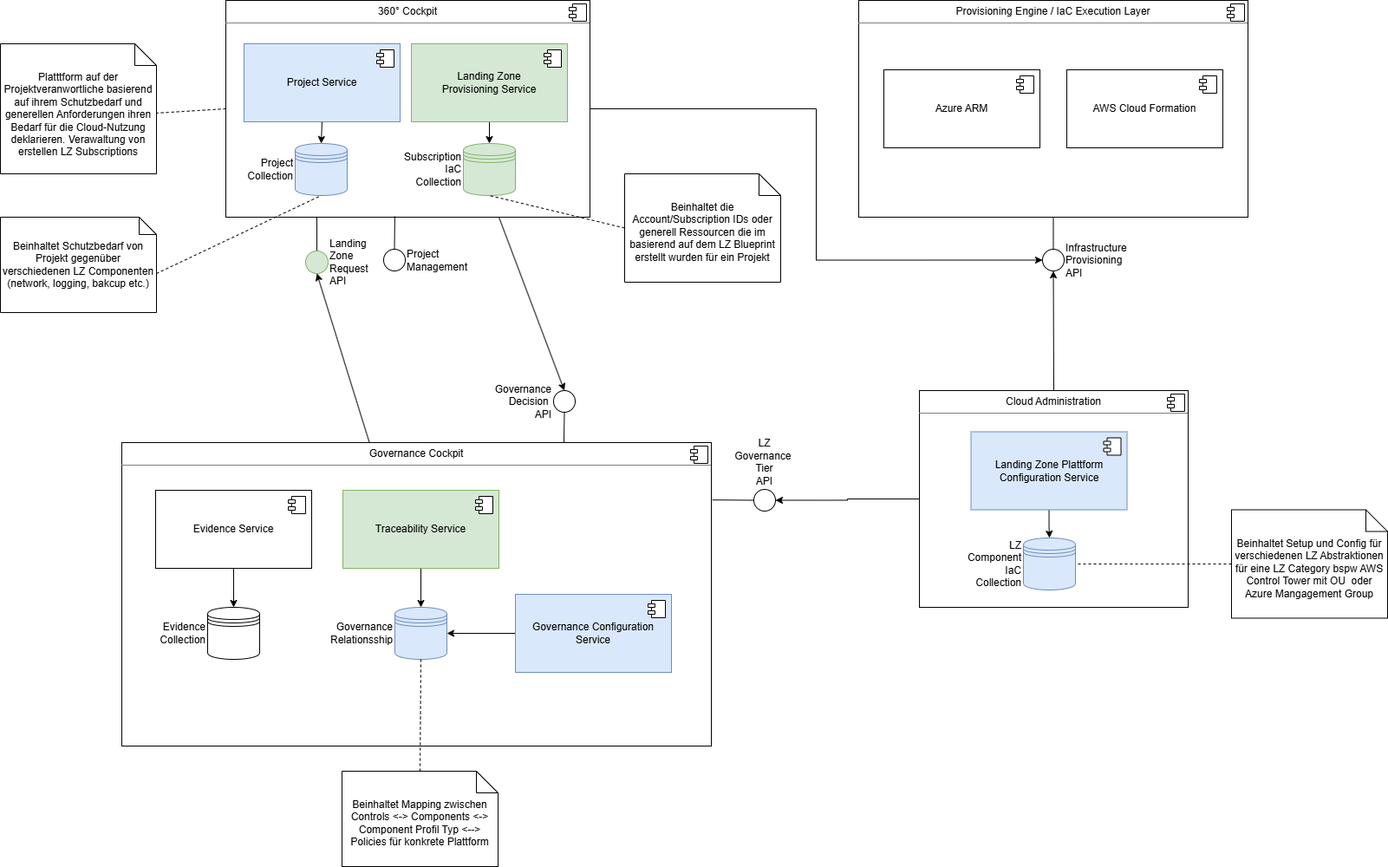
Before: graphics/ip6-ideation-PoC.drawio.png, a diagram exported from draw.io (frithjofhoppe/aitw-report). Source tidied: cells renumbered, new cells last; positions are measured from the earlier drawing's top-left corner, leaving out a move shared by most shapes.
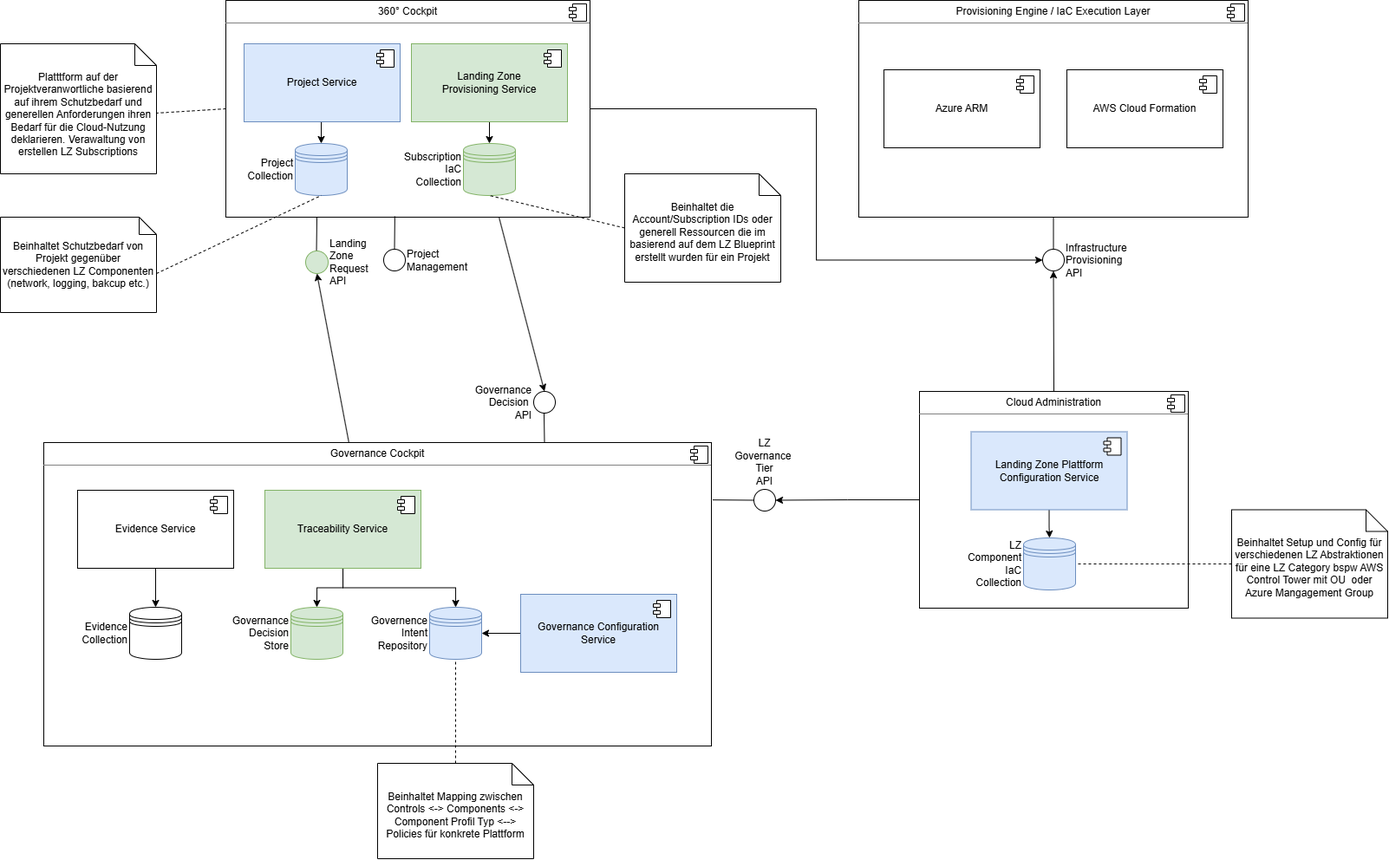
The same file after the commit.

Change to the diagram source:
```diff
@@ -6,7 +6,7 @@
       <mxGeometry relative="1" as="geometry" />
     </mxCell>
     <mxCell id="3" value="&lt;p style=&quot;margin:0px;margin-top:6px;text-align:center;&quot;&gt;Cloud Administration&lt;/p&gt;&lt;hr size=&quot;1&quot; style=&quot;border-style:solid;&quot;&gt;&lt;p style=&quot;margin:0px;margin-left:8px;&quot;&gt;&lt;br&gt;&lt;/p&gt;" style="align=left;overflow=fill;html=1;whiteSpace=wrap;" parent="1" vertex="1">
-      <mxGeometry x="1060" y="450" width="310" height="250" as="geometry" />
+      <mxGeometry x="1060" y="451" width="310" height="250" as="geometry" />
     </mxCell>
     <mxCell id="4" style="shape=component;jettyWidth=8;jettyHeight=4;" parent="3" vertex="1">
       <mxGeometry x="1" width="20" height="20" relative="1" as="geometry">
@@ -28,7 +28,7 @@
       <mxGeometry relative="1" as="geometry" />
     </mxCell>
     <mxCell id="9" value="&lt;p style=&quot;margin:0px;margin-top:6px;text-align:center;&quot;&gt;Governance Cockpit&lt;/p&gt;&lt;hr size=&quot;1&quot; style=&quot;border-style:solid;&quot;&gt;&lt;p style=&quot;margin:0px;margin-left:8px;&quot;&gt;&lt;br&gt;&lt;/p&gt;" style="align=left;overflow=fill;html=1;whiteSpace=wrap;" parent="1" vertex="1">
-      <mxGeometry x="140" y="510" width="680" height="350" as="geometry" />
+      <mxGeometry x="50" y="510" width="770" height="350" as="geometry" />
     </mxCell>
     <mxCell id="10" style="shape=component;jettyWidth=8;jettyHeight=4;" parent="9" vertex="1">
       <mxGeometry x="1" width="20" height="20" relative="1" as="geometry">
@@ -41,8 +41,8 @@
     <mxCell id="12" value="Project Collection" style="shape=datastore;whiteSpace=wrap;html=1;labelPosition=left;verticalLabelPosition=middle;align=right;verticalAlign=middle;fillColor=#dae8fc;strokeColor=#6c8ebf;" parent="1" vertex="1">
       <mxGeometry x="340" y="165" width="60" height="60" as="geometry" />
     </mxCell>
-    <mxCell id="13" value="Governance Relationsship" style="shape=datastore;whiteSpace=wrap;html=1;labelPosition=left;verticalLabelPosition=middle;align=right;verticalAlign=middle;fillColor=#dae8fc;strokeColor=#6c8ebf;" parent="1" vertex="1">
-      <mxGeometry x="455" y="700" width="60" height="60" as="geometry" />
+    <mxCell id="13" value="Governence Intent&lt;div&gt;Repository&lt;/div&gt;" style="shape=datastore;whiteSpace=wrap;html=1;labelPosition=left;verticalLabelPosition=middle;align=right;verticalAlign=middle;fillColor=#dae8fc;strokeColor=#6c8ebf;" parent="1" vertex="1">
+      <mxGeometry x="495" y="700" width="60" height="60" as="geometry" />
     </mxCell>
     <mxCell id="14" style="edgeStyle=orthogonalEdgeStyle;rounded=0;jettySize=auto;html=1;entryX=0;entryY=0.5;entryDx=0;entryDy=0;exitX=1;exitY=0.5;exitDx=0;exitDy=0;" parent="1" edge="1" source="6" target="59">
       <mxGeometry relative="1" as="geometry" />
@@ -51,7 +51,7 @@
       <mxGeometry relative="1" as="geometry" />
     </mxCell>
     <mxCell id="16" value="Beinhaltet Mapping zwischen Controls &amp;lt;-&amp;gt; Components &amp;lt;-&amp;gt; Component Profil Typ &amp;lt;--&amp;gt; Policies für konkrete Plattform" style="shape=note2;boundedLbl=1;whiteSpace=wrap;html=1;size=25;verticalAlign=top;align=center;" parent="1" vertex="1">
-      <mxGeometry x="394" y="889" width="180" height="110" as="geometry" />
+      <mxGeometry x="435" y="880" width="180" height="110" as="geometry" />
     </mxCell>
     <mxCell id="17" style="rounded=0;jettySize=auto;html=1;entryX=0.5;entryY=1;entryDx=0;entryDy=0;endArrow=none;endFill=0;dashed=1;exitX=0;exitY=0;exitDx=180;exitDy=65;exitPerimeter=0;" parent="1" edge="1" source="18" target="12">
       <mxGeometry relative="1" as="geometry" />
@@ -72,18 +72,21 @@
       <mxGeometry relative="1" as="geometry" />
     </mxCell>
     <mxCell id="23" value="Evidence Service" style="html=1;whiteSpace=wrap;" parent="1" vertex="1">
-      <mxGeometry x="179" y="565" width="180" height="90" as="geometry" />
+      <mxGeometry x="89" y="565" width="180" height="90" as="geometry" />
     </mxCell>
     <mxCell id="24" style="shape=module;jettyWidth=8;jettyHeight=4;" parent="23" vertex="1">
       <mxGeometry x="1" width="20" height="20" relative="1" as="geometry">
         <mxPoint x="-27" y="7" as="offset" />
       </mxGeometry>
     </mxCell>
-    <mxCell id="25" style="edgeStyle=orthogonalEdgeStyle;rounded=0;jettySize=auto;html=1;" parent="1" edge="1" source="26" target="13">
+    <mxCell id="25" style="edgeStyle=orthogonalEdgeStyle;rounded=0;jettySize=auto;html=1;exitX=0.5;exitY=1;exitDx=0;exitDy=0;" parent="1" edge="1" source="26" target="13">
       <mxGeometry relative="1" as="geometry" />
     </mxCell>
+    <mxCell id="62" style="edgeStyle=orthogonalEdgeStyle;rounded=0;jettySize=auto;html=1;entryX=0.5;entryY=0;entryDx=0;entryDy=0;" parent="1" edge="1" source="26" target="63">
+      <mxGeometry relative="1" as="geometry" />
+    </mxCell>
     <mxCell id="26" value="Traceability Service" style="html=1;whiteSpace=wrap;fillColor=#d5e8d4;strokeColor=#82b366;" parent="1" vertex="1">
-      <mxGeometry x="395" y="565" width="180" height="90" as="geometry" />
+      <mxGeometry x="305" y="565" width="180" height="90" as="geometry" />
     </mxCell>
     <mxCell id="27" style="shape=module;jettyWidth=8;jettyHeight=4;" parent="26" vertex="1">
       <mxGeometry x="1" width="20" height="20" relative="1" as="geometry">
@@ -91,7 +94,7 @@
       </mxGeometry>
     </mxCell>
     <mxCell id="28" value="Evidence Collection" style="shape=datastore;whiteSpace=wrap;html=1;labelPosition=left;verticalLabelPosition=middle;align=right;verticalAlign=middle;" parent="1" vertex="1">
-      <mxGeometry x="239" y="700" width="60" height="60" as="geometry" />
+      <mxGeometry x="149" y="700" width="60" height="60" as="geometry" />
     </mxCell>
     <mxCell id="29" style="edgeStyle=orthogonalEdgeStyle;rounded=0;jettySize=auto;html=1;exitX=0.5;exitY=1;exitDx=0;exitDy=0;entryX=0.5;entryY=0;entryDx=0;entryDy=0;" parent="1" edge="1" source="30" target="12">
       <mxGeometry relative="1" as="geometry" />
@@ -136,7 +139,7 @@
       <mxGeometry relative="1" as="geometry" />
     </mxCell>
     <mxCell id="41" value="Governance Configuration Service" style="html=1;whiteSpace=wrap;fillColor=#dae8fc;strokeColor=#6c8ebf;" parent="1" vertex="1">
-      <mxGeometry x="594" y="685" width="180" height="90" as="geometry" />
+      <mxGeometry x="600" y="685" width="180" height="90" as="geometry" />
     </mxCell>
     <mxCell id="42" style="shape=module;jettyWidth=8;jettyHeight=4;" parent="41" vertex="1">
       <mxGeometry x="1" width="20" height="20" relative="1" as="geometry">
@@ -180,7 +183,7 @@
       <mxGeometry relative="1" as="geometry" />
     </mxCell>
     <mxCell id="53" value="Governance&lt;div&gt;Decision&amp;nbsp;&lt;/div&gt;&lt;div&gt;API&lt;/div&gt;" style="ellipse;whiteSpace=wrap;html=1;labelPosition=left;verticalLabelPosition=middle;align=right;verticalAlign=middle;" parent="1" vertex="1">
-      <mxGeometry x="638" y="450" width="25" height="25" as="geometry" />
+      <mxGeometry x="615" y="451" width="25" height="25" as="geometry" />
     </mxCell>
     <mxCell id="54" style="rounded=0;jettySize=auto;html=1;entryX=0.464;entryY=0.996;entryDx=0;entryDy=0;endArrow=none;endFill=0;entryPerimeter=0;" parent="1" edge="1" source="55" target="6">
       <mxGeometry relative="1" as="geometry" />
@@ -206,5 +209,8 @@
     <mxCell id="61" value="LZ Governance&amp;nbsp; Tier&lt;div&gt;API&lt;/div&gt;" style="ellipse;whiteSpace=wrap;html=1;labelPosition=center;verticalLabelPosition=top;align=center;verticalAlign=bottom;" parent="1" vertex="1">
       <mxGeometry x="869" y="564" width="25" height="25" as="geometry" />
     </mxCell>
+    <mxCell id="63" value="Governance&lt;div&gt;Decision Store&lt;/div&gt;" style="shape=datastore;whiteSpace=wrap;html=1;labelPosition=left;verticalLabelPosition=middle;align=right;verticalAlign=middle;fillColor=#d5e8d4;strokeColor=#82b366;" parent="1" vertex="1">
+      <mxGeometry x="335" y="700" width="60" height="60" as="geometry" />
+    </mxCell>
   </root>
 </mxGraphModel>
```
